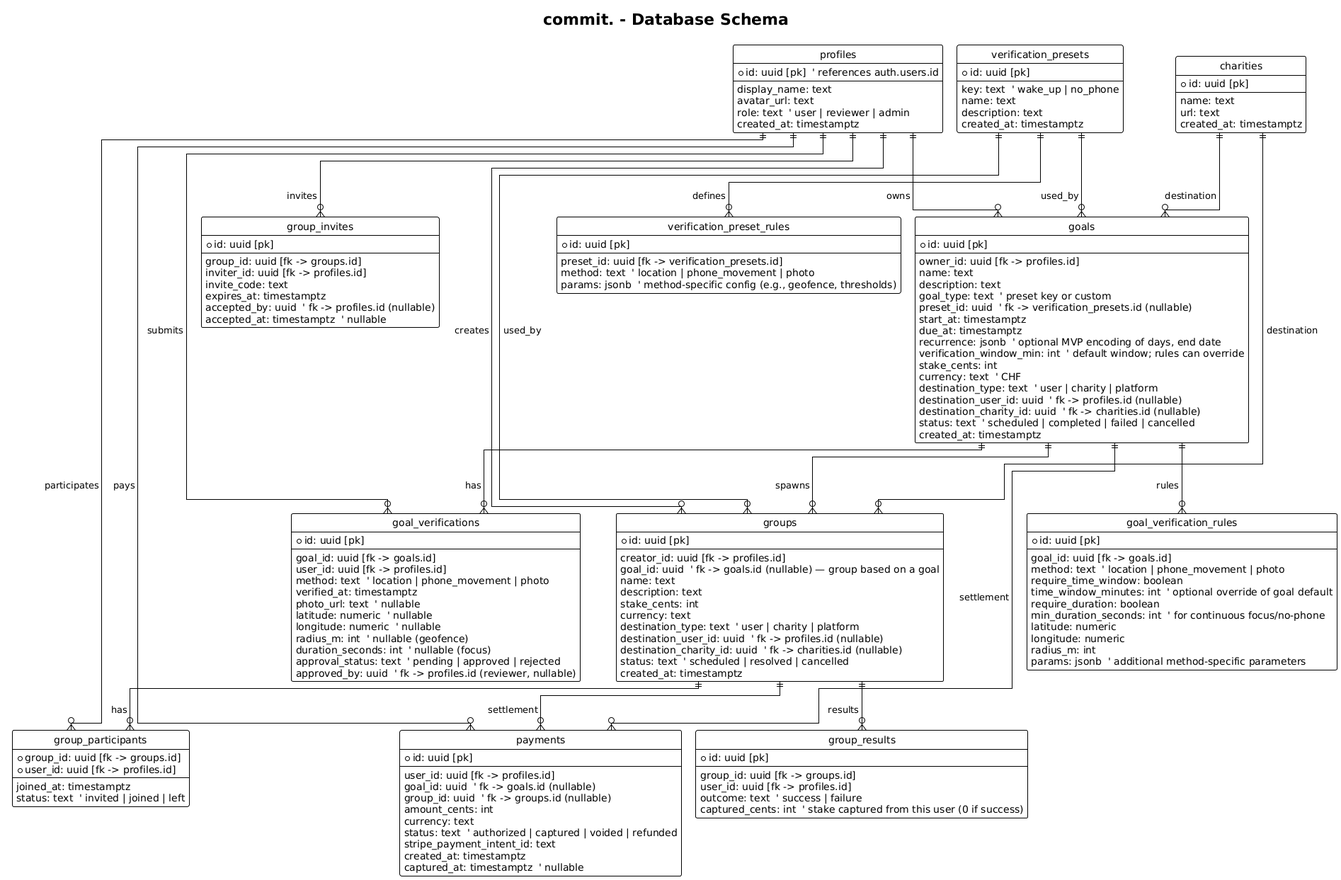
The PlantUML diagram docs/db-schema.png in getcommitapp/commit, before a commit.
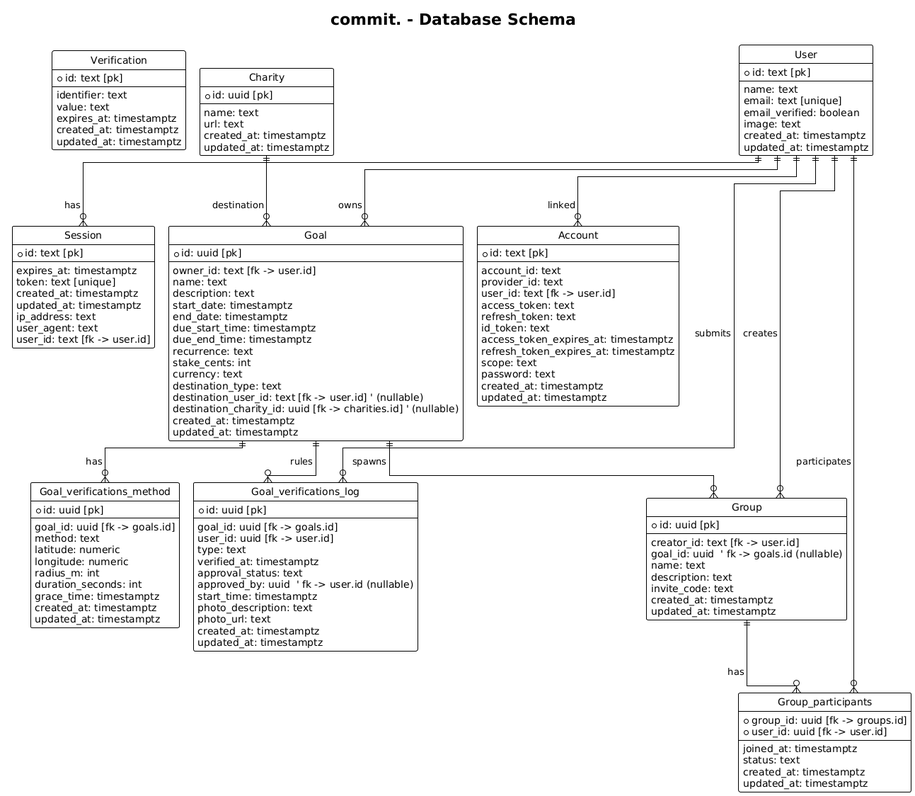
The same file after the commit.

Diff of the diagram source:
```diff
@@ -1,6 +1,5 @@
 @startuml db-schema
 title commit. - Database Schema
-
 !theme plain
 !pragma layout elk
 left to right direction
@@ -15,174 +14,150 @@
   BorderColor Black
 }
 
-entity "profiles" as profiles {
-  + id: uuid [pk]  ' references auth.users.id
+entity "User" as user {
+  + id: text [pk]
   --
-  display_name: text
-  avatar_url: text
-  role: text  ' user | reviewer | admin
+  name: text
+  email: text [unique]
+  email_verified: boolean
+  image: text
   created_at: timestamptz
+  updated_at: timestamptz
 }
 
-entity "charities" as charities {
+entity "Session" as session {
+  + id: text [pk]
+  --
+  expires_at: timestamptz
+  token: text [unique]
+  created_at: timestamptz
+  updated_at: timestamptz
+  ip_address: text
+  user_agent: text
+  user_id: text [fk -> user.id]
+}
+
+entity "Account" as account {
+  + id: text [pk]
+  --
+  account_id: text
+  provider_id: text
+  user_id: text [fk -> user.id]
+  access_token: text
+  refresh_token: text
+  id_token: text
+  access_token_expires_at: timestamptz
+  refresh_token_expires_at: timestamptz
+  scope: text
+  password: text
+  created_at: timestamptz
+  updated_at: timestamptz
+}
+
+entity "Verification" as verification {
+  + id: text [pk]
+  --
+  identifier: text
+  value: text
+  expires_at: timestamptz
+  created_at: timestamptz
+  updated_at: timestamptz
+}
+
+entity "Charity" as charity {
   + id: uuid [pk]
   --
   name: text
   url: text
   created_at: timestamptz
+  updated_at: timestamptz
 }
 
-entity "goals" as goals {
+entity "Goal" as goal {
   + id: uuid [pk]
   --
-  owner_id: uuid [fk -> profiles.id]
+  owner_id: text [fk -> user.id]
   name: text
   description: text
-  goal_type: text  ' preset key or custom
-  preset_id: uuid  ' fk -> verification_presets.id (nullable)
-  start_at: timestamptz
-  due_at: timestamptz
-  recurrence: jsonb  ' optional MVP encoding of days, end date
-  verification_window_min: int  ' default window; rules can override
+  start_date: timestamptz
+  end_date: timestamptz
+  due_start_time: timestamptz
+  due_end_time: timestamptz
+  recurrence: text
   stake_cents: int
-  currency: text  ' CHF
-  destination_type: text  ' user | charity | platform
-  destination_user_id: uuid  ' fk -> profiles.id (nullable)
-  destination_charity_id: uuid  ' fk -> charities.id (nullable)
-  status: text  ' scheduled | completed | failed | cancelled
+  currency: text
+  destination_type: text
+  destination_user_id: text [fk -> user.id] ' (nullable)
+  destination_charity_id: uuid [fk -> charities.id] ' (nullable)
   created_at: timestamptz
+  updated_at: timestamptz
 }
 
-entity "goal_verifications" as goal_verifications {
+entity "Goal_verifications_method" as goal_verifications_method {
   + id: uuid [pk]
   --
   goal_id: uuid [fk -> goals.id]
-  user_id: uuid [fk -> profiles.id]
-  method: text  ' location | phone_movement | photo
-  verified_at: timestamptz
-  photo_url: text  ' nullable
-  latitude: numeric  ' nullable
-  longitude: numeric  ' nullable
-  radius_m: int  ' nullable (geofence)
-  duration_seconds: int  ' nullable (focus)
-  approval_status: text  ' pending | approved | rejected
-  approved_by: uuid  ' fk -> profiles.id (reviewer, nullable)
+  method: text
+  latitude: numeric
+  longitude: numeric
+  radius_m: int
+  duration_seconds: int
+  grace_time: timestamptz
+  created_at: timestamptz
+  updated_at: timestamptz
 }
 
-entity "groups" as groups {
-  + id: uuid [pk]
-  --
-  creator_id: uuid [fk -> profiles.id]
-  goal_id: uuid  ' fk -> goals.id (nullable) — group based on a goal
-  name: text
-  description: text
-  stake_cents: int
-  currency: text
-  destination_type: text  ' user | charity | platform
-  destination_user_id: uuid  ' fk -> profiles.id (nullable)
-  destination_charity_id: uuid  ' fk -> charities.id (nullable)
-  status: text  ' scheduled | resolved | cancelled
-  created_at: timestamptz
-}
-
-entity "verification_presets" as verification_presets {
-  + id: uuid [pk]
-  --
-  key: text  ' wake_up | no_phone
-  name: text
-  description: text
-  created_at: timestamptz
-}
-
-entity "verification_preset_rules" as verification_preset_rules {
-  + id: uuid [pk]
-  --
-  preset_id: uuid [fk -> verification_presets.id]
-  method: text  ' location | phone_movement | photo
-  params: jsonb  ' method-specific config (e.g., geofence, thresholds)
-}
-
-entity "goal_verification_rules" as goal_verification_rules {
+entity "Goal_verifications_log" as goal_verifications_log {
   + id: uuid [pk]
   --
   goal_id: uuid [fk -> goals.id]
-  method: text  ' location | phone_movement | photo
-  require_time_window: boolean
-  time_window_minutes: int  ' optional override of goal default
-  require_duration: boolean
-  min_duration_seconds: int  ' for continuous focus/no-phone
-  latitude: numeric
-  longitude: numeric
-  radius_m: int
-  params: jsonb  ' additional method-specific parameters
+  user_id: uuid [fk -> user.id]
+  type: text
+  verified_at: timestamptz
+  approval_status: text
+  approved_by: uuid  ' fk -> user.id (nullable)
+  start_time: timestamptz
+  photo_description: text
+  photo_url: text
+  created_at: timestamptz
+  updated_at: timestamptz
 }
 
+entity "Group" as group {
+  + id: uuid [pk]
+  --
+  creator_id: text [fk -> user.id]
+  goal_id: uuid  ' fk -> goals.id (nullable)
+  name: text
+  description: text
+  invite_code: text
+  created_at: timestamptz
+  updated_at: timestamptz
+}
 
-entity "group_participants" as group_participants {
+entity "Group_participants" as group_participants {
   + group_id: uuid [fk -> groups.id]
-  + user_id: uuid [fk -> profiles.id]
+  + user_id: uuid [fk -> user.id]
   --
   joined_at: timestamptz
-  status: text  ' invited | joined | left
+  status: text
+  created_at: timestamptz
+  updated_at: timestamptz
 }
 
-entity "group_results" as group_results {
-  + id: uuid [pk]
-  --
-  group_id: uuid [fk -> groups.id]
-  user_id: uuid [fk -> profiles.id]
-  outcome: text  ' success | failure
-  captured_cents: int  ' stake captured from this user (0 if success)
-}
+user ||--o{ goal : owns
+user ||--o{ goal_verifications_log : submits
+user ||--o{ group : creates
+user ||--o{ group_participants : participates
+user ||--o{ session : has
+user ||--o{ account : linked
 
-entity "group_invites" as group_invites {
-  + id: uuid [pk]
-  --
-  group_id: uuid [fk -> groups.id]
-  inviter_id: uuid [fk -> profiles.id]
-  invite_code: text
-  expires_at: timestamptz
-  accepted_by: uuid  ' fk -> profiles.id (nullable)
-  accepted_at: timestamptz  ' nullable
-}
+charity ||--o{ goal : destination
 
-entity "payments" as payments {
-  + id: uuid [pk]
-  --
-  user_id: uuid [fk -> profiles.id]
-  goal_id: uuid  ' fk -> goals.id (nullable)
-  group_id: uuid  ' fk -> groups.id (nullable)
-  amount_cents: int
-  currency: text
-  status: text  ' authorized | captured | voided | refunded
-  stripe_payment_intent_id: text
-  created_at: timestamptz
-  captured_at: timestamptz  ' nullable
-}
+goal ||--o{ goal_verifications_method : has
+goal ||--o{ goal_verifications_log : rules
+goal ||--o{ group : spawns
 
-profiles ||--o{ goals : owns
-profiles ||--o{ goal_verifications : submits
-profiles ||--o{ groups : creates
-profiles ||--o{ group_participants : participates
-profiles ||--o{ group_invites : invites
-profiles ||--o{ payments : pays
-
-charities ||--o{ goals : destination
-charities ||--o{ groups : destination
-
-goals ||--o{ goal_verifications : has
-goals ||--o{ goal_verification_rules : rules
-
-groups ||--o{ group_participants : has
-groups ||--o{ group_results : results
-
-goals ||--o{ groups : spawns
-
-verification_presets ||--o{ verification_preset_rules : defines
-verification_presets ||--o{ goals : used_by
-verification_presets ||--o{ groups : used_by
-
-goals ||--o{ payments : settlement
-groups ||--o{ payments : settlement
+group ||--o{ group_participants : has
 
 @enduml
```
